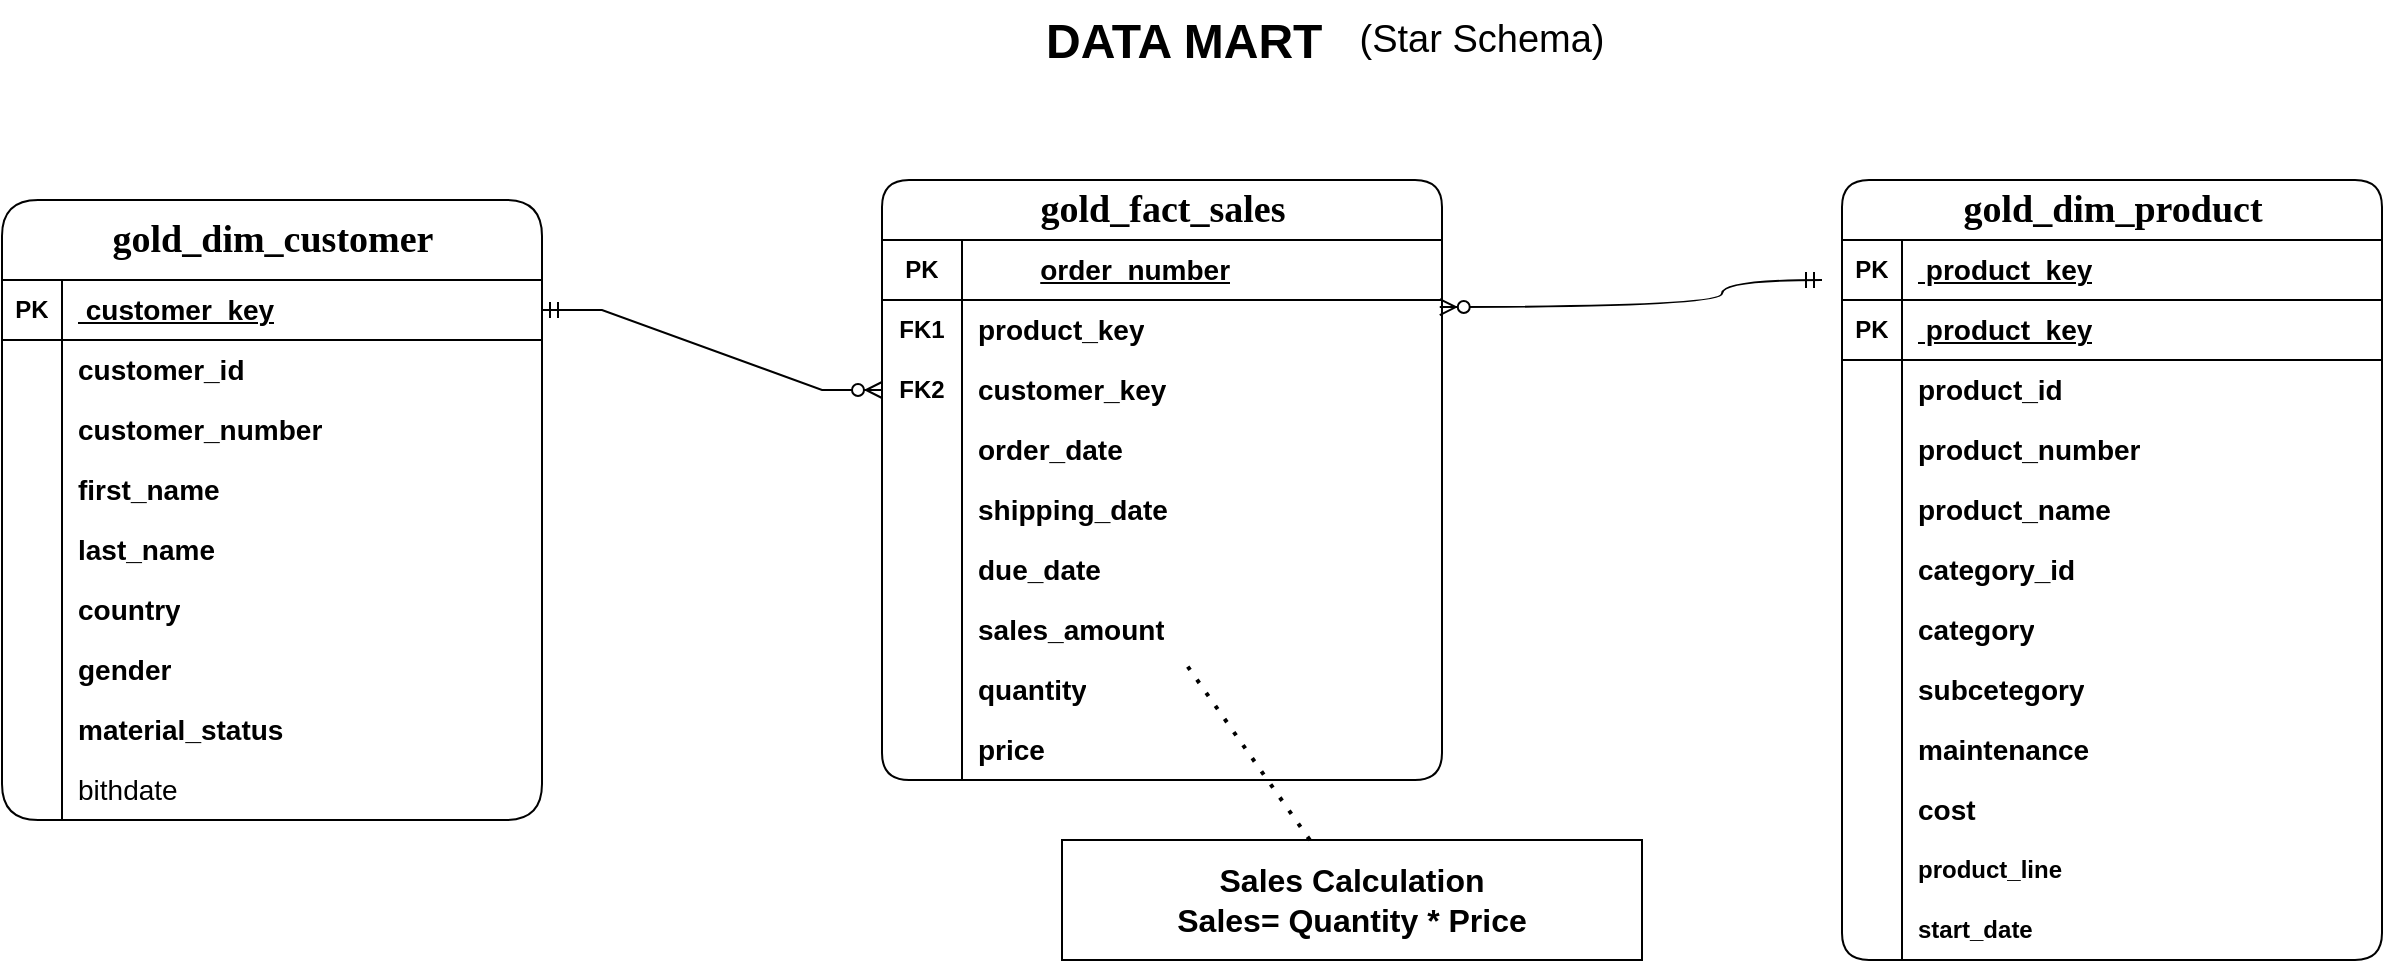
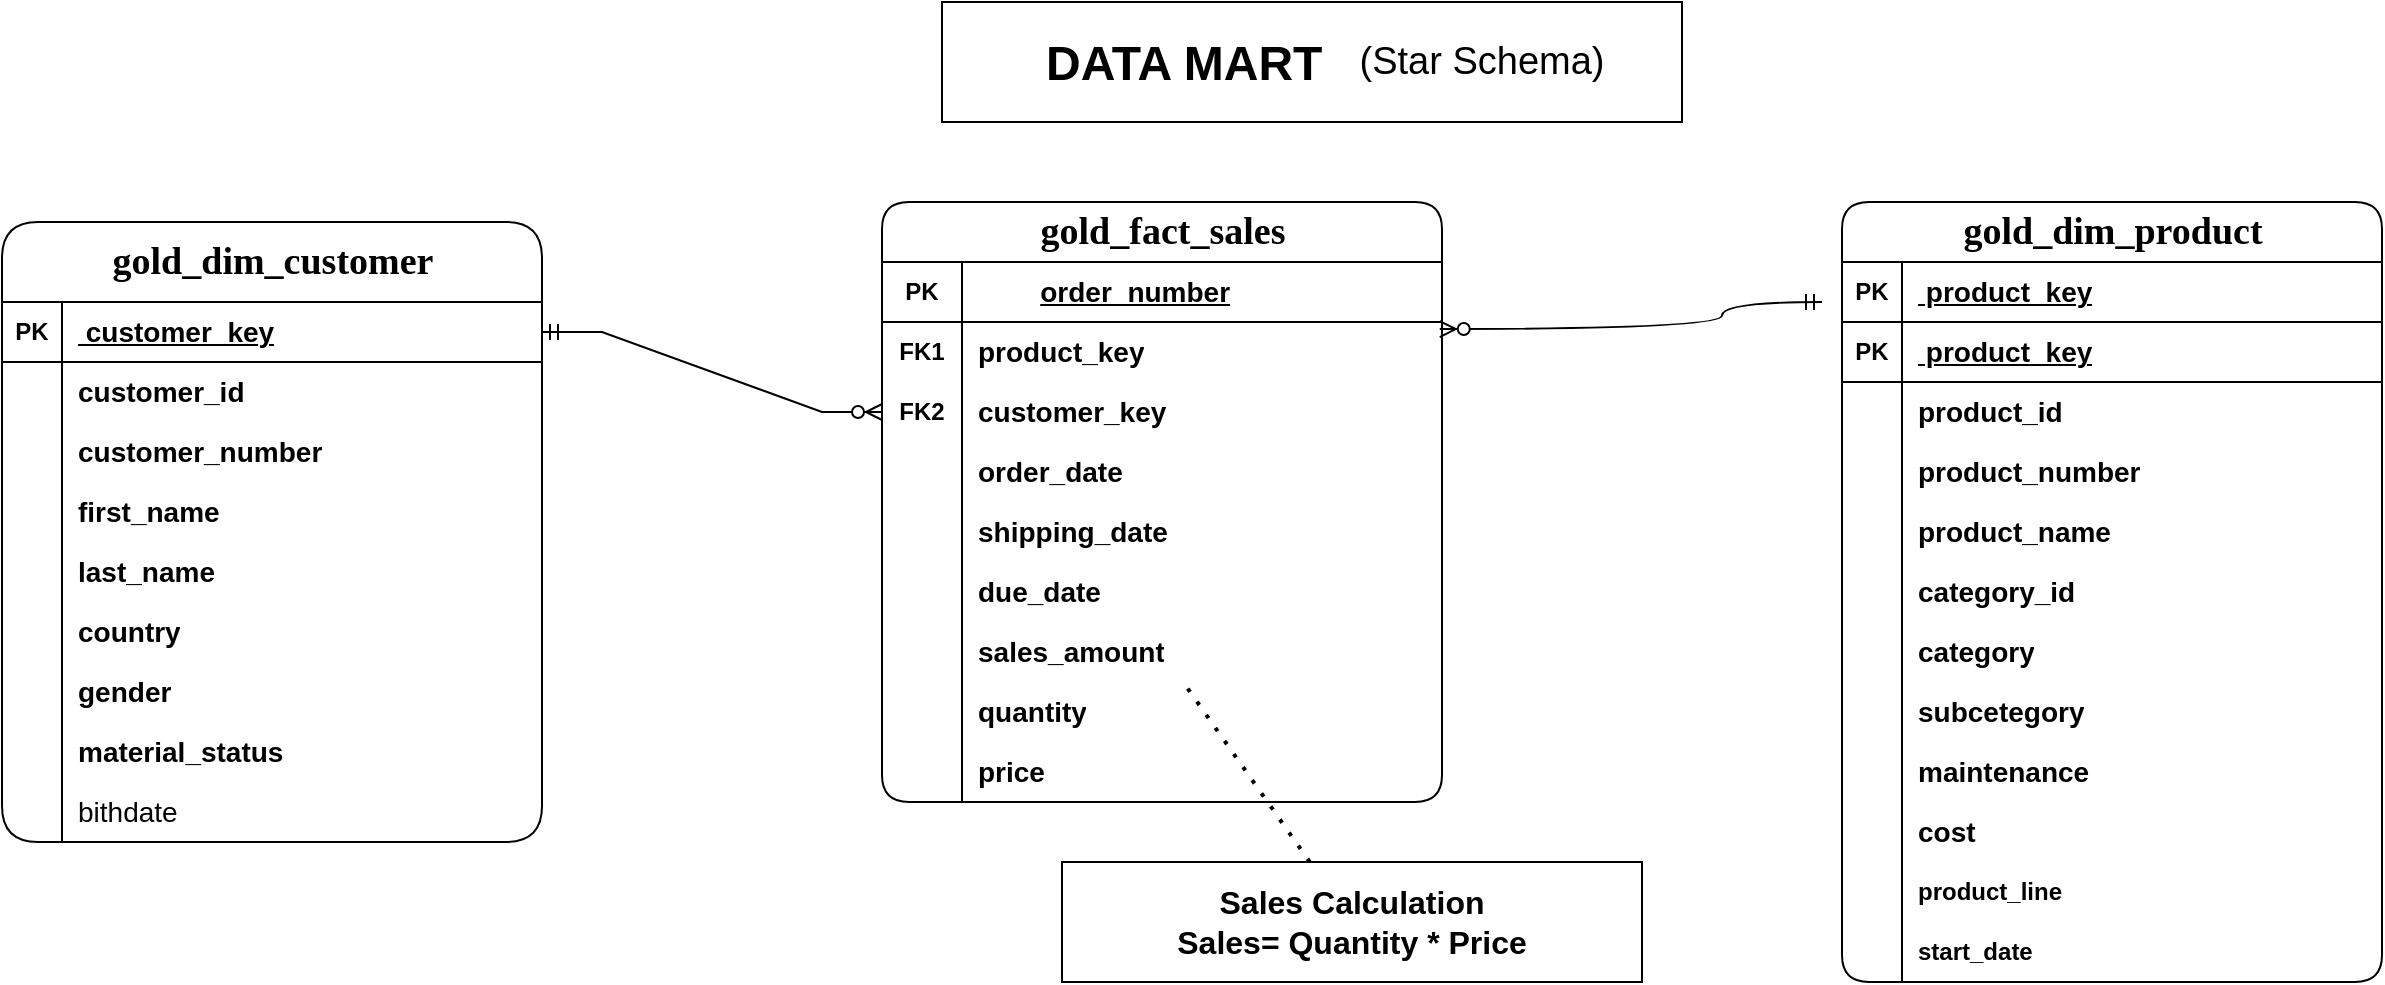
<mxfile host="Electron">
  <diagram name="Page-1" id="ZvECuVwW-_Z4MYSB-kWj">
-     <mxGraphModel dx="2570" dy="1147" grid="1" gridSize="10" guides="1" tooltips="1" connect="1" arrows="1" fold="1" page="1" pageScale="1" pageWidth="850" pageHeight="1100" math="0" shadow="0">
+     <mxGraphModel dx="2140" dy="860" grid="1" gridSize="10" guides="1" tooltips="1" connect="1" arrows="1" fold="1" page="1" pageScale="1" pageWidth="850" pageHeight="1100" math="0" shadow="0">
      <root>
        <mxCell id="0" />
        <mxCell id="1" parent="0" />
+         <mxCell id="mg4IWFybQtCpKIfEXxJL-1" parent="1" style="rounded=0;whiteSpace=wrap;html=1;" value="" vertex="1">
+           <mxGeometry height="60" width="370" x="30" y="50" as="geometry" />
+         </mxCell>
        <mxCell id="ixvtXtnfOX7SXAk2YgIS-3" parent="1" style="shape=table;startSize=40;container=1;collapsible=1;childLayout=tableLayout;fixedRows=1;rowLines=0;fontStyle=1;align=center;resizeLast=1;html=1;fillColor=light-dark(#FFFFFF,#6666FF);fontSize=19;rounded=1;fontFamily=Verdana;" value="gold_dim_customer" vertex="1">
          <mxGeometry height="310" width="270" x="-440" y="160" as="geometry" />
        </mxCell>
        <mxCell id="ixvtXtnfOX7SXAk2YgIS-4" parent="ixvtXtnfOX7SXAk2YgIS-3" style="shape=tableRow;horizontal=0;startSize=0;swimlaneHead=0;swimlaneBody=0;fillColor=none;collapsible=0;dropTarget=0;points=[[0,0.5],[1,0.5]];portConstraint=eastwest;top=0;left=0;right=0;bottom=1;" value="" vertex="1">
          <mxGeometry height="30" width="270" y="40" as="geometry" />
        </mxCell>
        <mxCell id="ixvtXtnfOX7SXAk2YgIS-5" parent="ixvtXtnfOX7SXAk2YgIS-4" style="shape=partialRectangle;connectable=0;fillColor=none;top=0;left=0;bottom=0;right=0;fontStyle=1;overflow=hidden;whiteSpace=wrap;html=1;" value="PK" vertex="1">
          <mxGeometry height="30" width="30" as="geometry">
            <mxRectangle height="30" width="30" as="alternateBounds" />
          </mxGeometry>
        </mxCell>
        <mxCell id="ixvtXtnfOX7SXAk2YgIS-6" parent="ixvtXtnfOX7SXAk2YgIS-4" style="shape=partialRectangle;connectable=0;fillColor=none;top=0;left=0;bottom=0;right=0;align=left;spacingLeft=6;fontStyle=5;overflow=hidden;whiteSpace=wrap;html=1;" value="&lt;font style=&quot;font-size: 14px;&quot;&gt;&amp;nbsp;customer_key&lt;/font&gt;" vertex="1">
          <mxGeometry height="30" width="240" x="30" as="geometry">
            <mxRectangle height="30" width="240" as="alternateBounds" />
          </mxGeometry>
        </mxCell>
        <mxCell id="ixvtXtnfOX7SXAk2YgIS-7" parent="ixvtXtnfOX7SXAk2YgIS-3" style="shape=tableRow;horizontal=0;startSize=0;swimlaneHead=0;swimlaneBody=0;fillColor=none;collapsible=0;dropTarget=0;points=[[0,0.5],[1,0.5]];portConstraint=eastwest;top=0;left=0;right=0;bottom=0;" value="" vertex="1">
          <mxGeometry height="30" width="270" y="70" as="geometry" />
        </mxCell>
        <mxCell id="ixvtXtnfOX7SXAk2YgIS-8" parent="ixvtXtnfOX7SXAk2YgIS-7" style="shape=partialRectangle;connectable=0;fillColor=none;top=0;left=0;bottom=0;right=0;editable=1;overflow=hidden;whiteSpace=wrap;html=1;" value="" vertex="1">
          <mxGeometry height="30" width="30" as="geometry">
            <mxRectangle height="30" width="30" as="alternateBounds" />
          </mxGeometry>
        </mxCell>
        <mxCell id="ixvtXtnfOX7SXAk2YgIS-9" parent="ixvtXtnfOX7SXAk2YgIS-7" style="shape=partialRectangle;connectable=0;fillColor=none;top=0;left=0;bottom=0;right=0;align=left;spacingLeft=6;overflow=hidden;whiteSpace=wrap;html=1;fontStyle=1" value="&lt;font style=&quot;font-size: 14px;&quot;&gt;customer_id&lt;/font&gt;" vertex="1">
          <mxGeometry height="30" width="240" x="30" as="geometry">
            <mxRectangle height="30" width="240" as="alternateBounds" />
          </mxGeometry>
        </mxCell>
        <mxCell id="ixvtXtnfOX7SXAk2YgIS-10" parent="ixvtXtnfOX7SXAk2YgIS-3" style="shape=tableRow;horizontal=0;startSize=0;swimlaneHead=0;swimlaneBody=0;fillColor=none;collapsible=0;dropTarget=0;points=[[0,0.5],[1,0.5]];portConstraint=eastwest;top=0;left=0;right=0;bottom=0;" value="" vertex="1">
          <mxGeometry height="30" width="270" y="100" as="geometry" />
        </mxCell>
        <mxCell id="ixvtXtnfOX7SXAk2YgIS-11" parent="ixvtXtnfOX7SXAk2YgIS-10" style="shape=partialRectangle;connectable=0;fillColor=none;top=0;left=0;bottom=0;right=0;editable=1;overflow=hidden;whiteSpace=wrap;html=1;" value="" vertex="1">
          <mxGeometry height="30" width="30" as="geometry">
            <mxRectangle height="30" width="30" as="alternateBounds" />
          </mxGeometry>
        </mxCell>
        <mxCell id="ixvtXtnfOX7SXAk2YgIS-12" parent="ixvtXtnfOX7SXAk2YgIS-10" style="shape=partialRectangle;connectable=0;fillColor=none;top=0;left=0;bottom=0;right=0;align=left;spacingLeft=6;overflow=hidden;whiteSpace=wrap;html=1;fontStyle=1" value="&lt;font style=&quot;font-size: 14px;&quot;&gt;customer_number&lt;span style=&quot;white-space: pre;&quot;&gt;&#x9;&lt;/span&gt;&lt;/font&gt;" vertex="1">
          <mxGeometry height="30" width="240" x="30" as="geometry">
            <mxRectangle height="30" width="240" as="alternateBounds" />
          </mxGeometry>
        </mxCell>
        <mxCell id="ixvtXtnfOX7SXAk2YgIS-13" parent="ixvtXtnfOX7SXAk2YgIS-3" style="shape=tableRow;horizontal=0;startSize=0;swimlaneHead=0;swimlaneBody=0;fillColor=none;collapsible=0;dropTarget=0;points=[[0,0.5],[1,0.5]];portConstraint=eastwest;top=0;left=0;right=0;bottom=0;" value="" vertex="1">
          <mxGeometry height="30" width="270" y="130" as="geometry" />
        </mxCell>
        <mxCell id="ixvtXtnfOX7SXAk2YgIS-14" parent="ixvtXtnfOX7SXAk2YgIS-13" style="shape=partialRectangle;connectable=0;fillColor=none;top=0;left=0;bottom=0;right=0;editable=1;overflow=hidden;whiteSpace=wrap;html=1;" value="" vertex="1">
          <mxGeometry height="30" width="30" as="geometry">
            <mxRectangle height="30" width="30" as="alternateBounds" />
          </mxGeometry>
        </mxCell>
        <mxCell id="ixvtXtnfOX7SXAk2YgIS-15" parent="ixvtXtnfOX7SXAk2YgIS-13" style="shape=partialRectangle;connectable=0;fillColor=none;top=0;left=0;bottom=0;right=0;align=left;spacingLeft=6;overflow=hidden;whiteSpace=wrap;html=1;fontStyle=1;fontSize=14;" value="first_name" vertex="1">
          <mxGeometry height="30" width="240" x="30" as="geometry">
            <mxRectangle height="30" width="240" as="alternateBounds" />
          </mxGeometry>
        </mxCell>
        <mxCell id="ixvtXtnfOX7SXAk2YgIS-16" parent="ixvtXtnfOX7SXAk2YgIS-3" style="shape=tableRow;horizontal=0;startSize=0;swimlaneHead=0;swimlaneBody=0;fillColor=none;collapsible=0;dropTarget=0;points=[[0,0.5],[1,0.5]];portConstraint=eastwest;top=0;left=0;right=0;bottom=0;" value="" vertex="1">
          <mxGeometry height="30" width="270" y="160" as="geometry" />
        </mxCell>
        <mxCell id="ixvtXtnfOX7SXAk2YgIS-17" parent="ixvtXtnfOX7SXAk2YgIS-16" style="shape=partialRectangle;connectable=0;fillColor=none;top=0;left=0;bottom=0;right=0;editable=1;overflow=hidden;whiteSpace=wrap;html=1;" value="" vertex="1">
          <mxGeometry height="30" width="30" as="geometry">
            <mxRectangle height="30" width="30" as="alternateBounds" />
          </mxGeometry>
        </mxCell>
        <mxCell id="ixvtXtnfOX7SXAk2YgIS-18" parent="ixvtXtnfOX7SXAk2YgIS-16" style="shape=partialRectangle;connectable=0;fillColor=none;top=0;left=0;bottom=0;right=0;align=left;spacingLeft=6;overflow=hidden;whiteSpace=wrap;html=1;" value="&lt;b&gt;&lt;font style=&quot;font-size: 14px;&quot;&gt;last_name&lt;/font&gt;&lt;/b&gt;" vertex="1">
          <mxGeometry height="30" width="240" x="30" as="geometry">
            <mxRectangle height="30" width="240" as="alternateBounds" />
          </mxGeometry>
        </mxCell>
        <mxCell id="ixvtXtnfOX7SXAk2YgIS-19" parent="ixvtXtnfOX7SXAk2YgIS-3" style="shape=tableRow;horizontal=0;startSize=0;swimlaneHead=0;swimlaneBody=0;fillColor=none;collapsible=0;dropTarget=0;points=[[0,0.5],[1,0.5]];portConstraint=eastwest;top=0;left=0;right=0;bottom=0;" value="" vertex="1">
          <mxGeometry height="30" width="270" y="190" as="geometry" />
        </mxCell>
        <mxCell id="ixvtXtnfOX7SXAk2YgIS-20" parent="ixvtXtnfOX7SXAk2YgIS-19" style="shape=partialRectangle;connectable=0;fillColor=none;top=0;left=0;bottom=0;right=0;editable=1;overflow=hidden;whiteSpace=wrap;html=1;" value="" vertex="1">
          <mxGeometry height="30" width="30" as="geometry">
            <mxRectangle height="30" width="30" as="alternateBounds" />
          </mxGeometry>
        </mxCell>
        <mxCell id="ixvtXtnfOX7SXAk2YgIS-21" parent="ixvtXtnfOX7SXAk2YgIS-19" style="shape=partialRectangle;connectable=0;fillColor=none;top=0;left=0;bottom=0;right=0;align=left;spacingLeft=6;overflow=hidden;whiteSpace=wrap;html=1;" value="&lt;b&gt;&lt;font style=&quot;font-size: 14px;&quot;&gt;country&lt;/font&gt;&lt;/b&gt;" vertex="1">
          <mxGeometry height="30" width="240" x="30" as="geometry">
            <mxRectangle height="30" width="240" as="alternateBounds" />
          </mxGeometry>
        </mxCell>
        <mxCell id="ixvtXtnfOX7SXAk2YgIS-22" parent="ixvtXtnfOX7SXAk2YgIS-3" style="shape=tableRow;horizontal=0;startSize=0;swimlaneHead=0;swimlaneBody=0;fillColor=none;collapsible=0;dropTarget=0;points=[[0,0.5],[1,0.5]];portConstraint=eastwest;top=0;left=0;right=0;bottom=0;" value="" vertex="1">
          <mxGeometry height="30" width="270" y="220" as="geometry" />
        </mxCell>
        <mxCell id="ixvtXtnfOX7SXAk2YgIS-23" parent="ixvtXtnfOX7SXAk2YgIS-22" style="shape=partialRectangle;connectable=0;fillColor=none;top=0;left=0;bottom=0;right=0;editable=1;overflow=hidden;whiteSpace=wrap;html=1;" value="" vertex="1">
          <mxGeometry height="30" width="30" as="geometry">
            <mxRectangle height="30" width="30" as="alternateBounds" />
          </mxGeometry>
        </mxCell>
        <mxCell id="ixvtXtnfOX7SXAk2YgIS-24" parent="ixvtXtnfOX7SXAk2YgIS-22" style="shape=partialRectangle;connectable=0;fillColor=none;top=0;left=0;bottom=0;right=0;align=left;spacingLeft=6;overflow=hidden;whiteSpace=wrap;html=1;" value="&lt;b&gt;&lt;font style=&quot;font-size: 14px;&quot;&gt;gender&lt;/font&gt;&lt;/b&gt;" vertex="1">
          <mxGeometry height="30" width="240" x="30" as="geometry">
            <mxRectangle height="30" width="240" as="alternateBounds" />
          </mxGeometry>
        </mxCell>
        <mxCell id="ixvtXtnfOX7SXAk2YgIS-25" parent="ixvtXtnfOX7SXAk2YgIS-3" style="shape=tableRow;horizontal=0;startSize=0;swimlaneHead=0;swimlaneBody=0;fillColor=none;collapsible=0;dropTarget=0;points=[[0,0.5],[1,0.5]];portConstraint=eastwest;top=0;left=0;right=0;bottom=0;" value="" vertex="1">
          <mxGeometry height="30" width="270" y="250" as="geometry" />
        </mxCell>
        <mxCell id="ixvtXtnfOX7SXAk2YgIS-26" parent="ixvtXtnfOX7SXAk2YgIS-25" style="shape=partialRectangle;connectable=0;fillColor=none;top=0;left=0;bottom=0;right=0;editable=1;overflow=hidden;whiteSpace=wrap;html=1;" value="" vertex="1">
          <mxGeometry height="30" width="30" as="geometry">
            <mxRectangle height="30" width="30" as="alternateBounds" />
          </mxGeometry>
        </mxCell>
        <mxCell id="ixvtXtnfOX7SXAk2YgIS-27" parent="ixvtXtnfOX7SXAk2YgIS-25" style="shape=partialRectangle;connectable=0;fillColor=none;top=0;left=0;bottom=0;right=0;align=left;spacingLeft=6;overflow=hidden;whiteSpace=wrap;html=1;" value="&lt;b&gt;&lt;font style=&quot;font-size: 14px;&quot;&gt;material_status&lt;/font&gt;&lt;/b&gt;" vertex="1">
          <mxGeometry height="30" width="240" x="30" as="geometry">
            <mxRectangle height="30" width="240" as="alternateBounds" />
          </mxGeometry>
        </mxCell>
        <mxCell id="ixvtXtnfOX7SXAk2YgIS-28" parent="ixvtXtnfOX7SXAk2YgIS-3" style="shape=tableRow;horizontal=0;startSize=0;swimlaneHead=0;swimlaneBody=0;fillColor=none;collapsible=0;dropTarget=0;points=[[0,0.5],[1,0.5]];portConstraint=eastwest;top=0;left=0;right=0;bottom=0;" value="" vertex="1">
          <mxGeometry height="30" width="270" y="280" as="geometry" />
        </mxCell>
        <mxCell id="ixvtXtnfOX7SXAk2YgIS-29" parent="ixvtXtnfOX7SXAk2YgIS-28" style="shape=partialRectangle;connectable=0;fillColor=none;top=0;left=0;bottom=0;right=0;editable=1;overflow=hidden;whiteSpace=wrap;html=1;" value="" vertex="1">
          <mxGeometry height="30" width="30" as="geometry">
            <mxRectangle height="30" width="30" as="alternateBounds" />
          </mxGeometry>
        </mxCell>
        <mxCell id="ixvtXtnfOX7SXAk2YgIS-30" parent="ixvtXtnfOX7SXAk2YgIS-28" style="shape=partialRectangle;connectable=0;fillColor=none;top=0;left=0;bottom=0;right=0;align=left;spacingLeft=6;overflow=hidden;whiteSpace=wrap;html=1;" value="&lt;font style=&quot;font-size: 14px;&quot;&gt;bithdate&lt;/font&gt;" vertex="1">
          <mxGeometry height="30" width="240" x="30" as="geometry">
            <mxRectangle height="30" width="240" as="alternateBounds" />
          </mxGeometry>
        </mxCell>
        <mxCell id="ixvtXtnfOX7SXAk2YgIS-1" parent="1" style="text;html=1;whiteSpace=wrap;overflow=hidden;rounded=0;" value="&lt;h1 style=&quot;margin-top: 0px;&quot;&gt;DATA MART&lt;/h1&gt;" vertex="1">
          <mxGeometry height="40" width="150" x="80" y="60" as="geometry" />
        </mxCell>
        <mxCell id="ixvtXtnfOX7SXAk2YgIS-2" parent="1" style="text;html=1;whiteSpace=wrap;strokeColor=none;fillColor=none;align=center;verticalAlign=middle;rounded=0;fontSize=19;" value="(Star Schema)" vertex="1">
          <mxGeometry height="30" width="190" x="205" y="65" as="geometry" />
        </mxCell>
        <mxCell id="ixvtXtnfOX7SXAk2YgIS-65" parent="1" style="shape=table;startSize=30;container=1;collapsible=1;childLayout=tableLayout;fixedRows=1;rowLines=0;fontStyle=1;align=center;resizeLast=1;html=1;fillColor=light-dark(#FFFFFF,#6666FF);fontSize=19;rounded=1;fontFamily=Verdana;" value="gold_dim_product" vertex="1">
          <mxGeometry height="390" width="270" x="480" y="150" as="geometry" />
        </mxCell>
        <mxCell id="ixvtXtnfOX7SXAk2YgIS-136" parent="ixvtXtnfOX7SXAk2YgIS-65" style="shape=tableRow;horizontal=0;startSize=0;swimlaneHead=0;swimlaneBody=0;fillColor=none;collapsible=0;dropTarget=0;points=[[0,0.5],[1,0.5]];portConstraint=eastwest;top=0;left=0;right=0;bottom=1;" value="" vertex="1">
          <mxGeometry height="30" width="270" y="30" as="geometry" />
        </mxCell>
        <mxCell id="ixvtXtnfOX7SXAk2YgIS-137" parent="ixvtXtnfOX7SXAk2YgIS-136" style="shape=partialRectangle;connectable=0;fillColor=none;top=0;left=0;bottom=0;right=0;fontStyle=1;overflow=hidden;whiteSpace=wrap;html=1;" value="PK" vertex="1">
          <mxGeometry height="30" width="30" as="geometry">
            <mxRectangle height="30" width="30" as="alternateBounds" />
          </mxGeometry>
        </mxCell>
        <mxCell id="ixvtXtnfOX7SXAk2YgIS-138" parent="ixvtXtnfOX7SXAk2YgIS-136" style="shape=partialRectangle;connectable=0;fillColor=none;top=0;left=0;bottom=0;right=0;align=left;spacingLeft=6;fontStyle=5;overflow=hidden;whiteSpace=wrap;html=1;" value="&lt;font style=&quot;font-size: 14px;&quot;&gt;&amp;nbsp;product_key&lt;/font&gt;" vertex="1">
          <mxGeometry height="30" width="240" x="30" as="geometry">
            <mxRectangle height="30" width="240" as="alternateBounds" />
          </mxGeometry>
        </mxCell>
        <mxCell id="ixvtXtnfOX7SXAk2YgIS-66" parent="ixvtXtnfOX7SXAk2YgIS-65" style="shape=tableRow;horizontal=0;startSize=0;swimlaneHead=0;swimlaneBody=0;fillColor=none;collapsible=0;dropTarget=0;points=[[0,0.5],[1,0.5]];portConstraint=eastwest;top=0;left=0;right=0;bottom=1;" value="" vertex="1">
          <mxGeometry height="30" width="270" y="60" as="geometry" />
        </mxCell>
        <mxCell id="ixvtXtnfOX7SXAk2YgIS-67" parent="ixvtXtnfOX7SXAk2YgIS-66" style="shape=partialRectangle;connectable=0;fillColor=none;top=0;left=0;bottom=0;right=0;fontStyle=1;overflow=hidden;whiteSpace=wrap;html=1;" value="PK" vertex="1">
          <mxGeometry height="30" width="30" as="geometry">
            <mxRectangle height="30" width="30" as="alternateBounds" />
          </mxGeometry>
        </mxCell>
        <mxCell id="ixvtXtnfOX7SXAk2YgIS-68" parent="ixvtXtnfOX7SXAk2YgIS-66" style="shape=partialRectangle;connectable=0;fillColor=none;top=0;left=0;bottom=0;right=0;align=left;spacingLeft=6;fontStyle=5;overflow=hidden;whiteSpace=wrap;html=1;" value="&lt;font style=&quot;font-size: 14px;&quot;&gt;&amp;nbsp;product_key&lt;/font&gt;" vertex="1">
          <mxGeometry height="30" width="240" x="30" as="geometry">
            <mxRectangle height="30" width="240" as="alternateBounds" />
          </mxGeometry>
        </mxCell>
        <mxCell id="ixvtXtnfOX7SXAk2YgIS-69" parent="ixvtXtnfOX7SXAk2YgIS-65" style="shape=tableRow;horizontal=0;startSize=0;swimlaneHead=0;swimlaneBody=0;fillColor=none;collapsible=0;dropTarget=0;points=[[0,0.5],[1,0.5]];portConstraint=eastwest;top=0;left=0;right=0;bottom=0;" value="" vertex="1">
          <mxGeometry height="30" width="270" y="90" as="geometry" />
        </mxCell>
        <mxCell id="ixvtXtnfOX7SXAk2YgIS-70" parent="ixvtXtnfOX7SXAk2YgIS-69" style="shape=partialRectangle;connectable=0;fillColor=none;top=0;left=0;bottom=0;right=0;editable=1;overflow=hidden;whiteSpace=wrap;html=1;" value="" vertex="1">
          <mxGeometry height="30" width="30" as="geometry">
            <mxRectangle height="30" width="30" as="alternateBounds" />
          </mxGeometry>
        </mxCell>
        <mxCell id="ixvtXtnfOX7SXAk2YgIS-71" parent="ixvtXtnfOX7SXAk2YgIS-69" style="shape=partialRectangle;connectable=0;fillColor=none;top=0;left=0;bottom=0;right=0;align=left;spacingLeft=6;overflow=hidden;whiteSpace=wrap;html=1;fontStyle=1" value="&lt;font style=&quot;font-size: 14px;&quot;&gt;product_id&lt;/font&gt;" vertex="1">
          <mxGeometry height="30" width="240" x="30" as="geometry">
            <mxRectangle height="30" width="240" as="alternateBounds" />
          </mxGeometry>
        </mxCell>
        <mxCell id="ixvtXtnfOX7SXAk2YgIS-72" parent="ixvtXtnfOX7SXAk2YgIS-65" style="shape=tableRow;horizontal=0;startSize=0;swimlaneHead=0;swimlaneBody=0;fillColor=none;collapsible=0;dropTarget=0;points=[[0,0.5],[1,0.5]];portConstraint=eastwest;top=0;left=0;right=0;bottom=0;" value="" vertex="1">
          <mxGeometry height="30" width="270" y="120" as="geometry" />
        </mxCell>
        <mxCell id="ixvtXtnfOX7SXAk2YgIS-73" parent="ixvtXtnfOX7SXAk2YgIS-72" style="shape=partialRectangle;connectable=0;fillColor=none;top=0;left=0;bottom=0;right=0;editable=1;overflow=hidden;whiteSpace=wrap;html=1;" value="" vertex="1">
          <mxGeometry height="30" width="30" as="geometry">
            <mxRectangle height="30" width="30" as="alternateBounds" />
          </mxGeometry>
        </mxCell>
        <mxCell id="ixvtXtnfOX7SXAk2YgIS-74" parent="ixvtXtnfOX7SXAk2YgIS-72" style="shape=partialRectangle;connectable=0;fillColor=none;top=0;left=0;bottom=0;right=0;align=left;spacingLeft=6;overflow=hidden;whiteSpace=wrap;html=1;fontStyle=1" value="&lt;font style=&quot;font-size: 14px;&quot;&gt;product_number&lt;span style=&quot;white-space: pre;&quot;&gt;&#x9;&lt;/span&gt;&lt;/font&gt;" vertex="1">
          <mxGeometry height="30" width="240" x="30" as="geometry">
            <mxRectangle height="30" width="240" as="alternateBounds" />
          </mxGeometry>
        </mxCell>
        <mxCell id="ixvtXtnfOX7SXAk2YgIS-75" parent="ixvtXtnfOX7SXAk2YgIS-65" style="shape=tableRow;horizontal=0;startSize=0;swimlaneHead=0;swimlaneBody=0;fillColor=none;collapsible=0;dropTarget=0;points=[[0,0.5],[1,0.5]];portConstraint=eastwest;top=0;left=0;right=0;bottom=0;" value="" vertex="1">
          <mxGeometry height="30" width="270" y="150" as="geometry" />
        </mxCell>
        <mxCell id="ixvtXtnfOX7SXAk2YgIS-76" parent="ixvtXtnfOX7SXAk2YgIS-75" style="shape=partialRectangle;connectable=0;fillColor=none;top=0;left=0;bottom=0;right=0;editable=1;overflow=hidden;whiteSpace=wrap;html=1;" value="" vertex="1">
          <mxGeometry height="30" width="30" as="geometry">
            <mxRectangle height="30" width="30" as="alternateBounds" />
          </mxGeometry>
        </mxCell>
        <mxCell id="ixvtXtnfOX7SXAk2YgIS-77" parent="ixvtXtnfOX7SXAk2YgIS-75" style="shape=partialRectangle;connectable=0;fillColor=none;top=0;left=0;bottom=0;right=0;align=left;spacingLeft=6;overflow=hidden;whiteSpace=wrap;html=1;fontStyle=1;fontSize=14;" value="product_name" vertex="1">
          <mxGeometry height="30" width="240" x="30" as="geometry">
            <mxRectangle height="30" width="240" as="alternateBounds" />
          </mxGeometry>
        </mxCell>
        <mxCell id="ixvtXtnfOX7SXAk2YgIS-78" parent="ixvtXtnfOX7SXAk2YgIS-65" style="shape=tableRow;horizontal=0;startSize=0;swimlaneHead=0;swimlaneBody=0;fillColor=none;collapsible=0;dropTarget=0;points=[[0,0.5],[1,0.5]];portConstraint=eastwest;top=0;left=0;right=0;bottom=0;" value="" vertex="1">
          <mxGeometry height="30" width="270" y="180" as="geometry" />
        </mxCell>
        <mxCell id="ixvtXtnfOX7SXAk2YgIS-79" parent="ixvtXtnfOX7SXAk2YgIS-78" style="shape=partialRectangle;connectable=0;fillColor=none;top=0;left=0;bottom=0;right=0;editable=1;overflow=hidden;whiteSpace=wrap;html=1;" value="" vertex="1">
          <mxGeometry height="30" width="30" as="geometry">
            <mxRectangle height="30" width="30" as="alternateBounds" />
          </mxGeometry>
        </mxCell>
        <mxCell id="ixvtXtnfOX7SXAk2YgIS-80" parent="ixvtXtnfOX7SXAk2YgIS-78" style="shape=partialRectangle;connectable=0;fillColor=none;top=0;left=0;bottom=0;right=0;align=left;spacingLeft=6;overflow=hidden;whiteSpace=wrap;html=1;" value="&lt;span style=&quot;font-size: 14px;&quot;&gt;&lt;b&gt;category_id&lt;span style=&quot;white-space: pre;&quot;&gt;&#x9;&lt;/span&gt;&lt;/b&gt;&lt;/span&gt;" vertex="1">
          <mxGeometry height="30" width="240" x="30" as="geometry">
            <mxRectangle height="30" width="240" as="alternateBounds" />
          </mxGeometry>
        </mxCell>
        <mxCell id="ixvtXtnfOX7SXAk2YgIS-81" parent="ixvtXtnfOX7SXAk2YgIS-65" style="shape=tableRow;horizontal=0;startSize=0;swimlaneHead=0;swimlaneBody=0;fillColor=none;collapsible=0;dropTarget=0;points=[[0,0.5],[1,0.5]];portConstraint=eastwest;top=0;left=0;right=0;bottom=0;" value="" vertex="1">
          <mxGeometry height="30" width="270" y="210" as="geometry" />
        </mxCell>
        <mxCell id="ixvtXtnfOX7SXAk2YgIS-82" parent="ixvtXtnfOX7SXAk2YgIS-81" style="shape=partialRectangle;connectable=0;fillColor=none;top=0;left=0;bottom=0;right=0;editable=1;overflow=hidden;whiteSpace=wrap;html=1;" value="" vertex="1">
          <mxGeometry height="30" width="30" as="geometry">
            <mxRectangle height="30" width="30" as="alternateBounds" />
          </mxGeometry>
        </mxCell>
        <mxCell id="ixvtXtnfOX7SXAk2YgIS-83" parent="ixvtXtnfOX7SXAk2YgIS-81" style="shape=partialRectangle;connectable=0;fillColor=none;top=0;left=0;bottom=0;right=0;align=left;spacingLeft=6;overflow=hidden;whiteSpace=wrap;html=1;" value="&lt;span style=&quot;font-size: 14px;&quot;&gt;&lt;b&gt;category&lt;/b&gt;&lt;/span&gt;" vertex="1">
          <mxGeometry height="30" width="240" x="30" as="geometry">
            <mxRectangle height="30" width="240" as="alternateBounds" />
          </mxGeometry>
        </mxCell>
        <mxCell id="ixvtXtnfOX7SXAk2YgIS-84" parent="ixvtXtnfOX7SXAk2YgIS-65" style="shape=tableRow;horizontal=0;startSize=0;swimlaneHead=0;swimlaneBody=0;fillColor=none;collapsible=0;dropTarget=0;points=[[0,0.5],[1,0.5]];portConstraint=eastwest;top=0;left=0;right=0;bottom=0;" value="" vertex="1">
          <mxGeometry height="30" width="270" y="240" as="geometry" />
        </mxCell>
        <mxCell id="ixvtXtnfOX7SXAk2YgIS-85" parent="ixvtXtnfOX7SXAk2YgIS-84" style="shape=partialRectangle;connectable=0;fillColor=none;top=0;left=0;bottom=0;right=0;editable=1;overflow=hidden;whiteSpace=wrap;html=1;" value="" vertex="1">
          <mxGeometry height="30" width="30" as="geometry">
            <mxRectangle height="30" width="30" as="alternateBounds" />
          </mxGeometry>
        </mxCell>
        <mxCell id="ixvtXtnfOX7SXAk2YgIS-86" parent="ixvtXtnfOX7SXAk2YgIS-84" style="shape=partialRectangle;connectable=0;fillColor=none;top=0;left=0;bottom=0;right=0;align=left;spacingLeft=6;overflow=hidden;whiteSpace=wrap;html=1;" value="&lt;span style=&quot;font-size: 14px;&quot;&gt;&lt;b&gt;subcetegory&lt;/b&gt;&lt;/span&gt;" vertex="1">
          <mxGeometry height="30" width="240" x="30" as="geometry">
            <mxRectangle height="30" width="240" as="alternateBounds" />
          </mxGeometry>
        </mxCell>
        <mxCell id="ixvtXtnfOX7SXAk2YgIS-87" parent="ixvtXtnfOX7SXAk2YgIS-65" style="shape=tableRow;horizontal=0;startSize=0;swimlaneHead=0;swimlaneBody=0;fillColor=none;collapsible=0;dropTarget=0;points=[[0,0.5],[1,0.5]];portConstraint=eastwest;top=0;left=0;right=0;bottom=0;" value="" vertex="1">
          <mxGeometry height="30" width="270" y="270" as="geometry" />
        </mxCell>
        <mxCell id="ixvtXtnfOX7SXAk2YgIS-88" parent="ixvtXtnfOX7SXAk2YgIS-87" style="shape=partialRectangle;connectable=0;fillColor=none;top=0;left=0;bottom=0;right=0;editable=1;overflow=hidden;whiteSpace=wrap;html=1;" value="" vertex="1">
          <mxGeometry height="30" width="30" as="geometry">
            <mxRectangle height="30" width="30" as="alternateBounds" />
          </mxGeometry>
        </mxCell>
        <mxCell id="ixvtXtnfOX7SXAk2YgIS-89" parent="ixvtXtnfOX7SXAk2YgIS-87" style="shape=partialRectangle;connectable=0;fillColor=none;top=0;left=0;bottom=0;right=0;align=left;spacingLeft=6;overflow=hidden;whiteSpace=wrap;html=1;" value="&lt;span style=&quot;font-size: 14px;&quot;&gt;&lt;b&gt;maintenance&amp;nbsp;&lt;/b&gt;&lt;/span&gt;" vertex="1">
          <mxGeometry height="30" width="240" x="30" as="geometry">
            <mxRectangle height="30" width="240" as="alternateBounds" />
          </mxGeometry>
        </mxCell>
        <mxCell id="ixvtXtnfOX7SXAk2YgIS-90" parent="ixvtXtnfOX7SXAk2YgIS-65" style="shape=tableRow;horizontal=0;startSize=0;swimlaneHead=0;swimlaneBody=0;fillColor=none;collapsible=0;dropTarget=0;points=[[0,0.5],[1,0.5]];portConstraint=eastwest;top=0;left=0;right=0;bottom=0;" value="" vertex="1">
          <mxGeometry height="30" width="270" y="300" as="geometry" />
        </mxCell>
        <mxCell id="ixvtXtnfOX7SXAk2YgIS-91" parent="ixvtXtnfOX7SXAk2YgIS-90" style="shape=partialRectangle;connectable=0;fillColor=none;top=0;left=0;bottom=0;right=0;editable=1;overflow=hidden;whiteSpace=wrap;html=1;" value="" vertex="1">
          <mxGeometry height="30" width="30" as="geometry">
            <mxRectangle height="30" width="30" as="alternateBounds" />
          </mxGeometry>
        </mxCell>
        <mxCell id="ixvtXtnfOX7SXAk2YgIS-92" parent="ixvtXtnfOX7SXAk2YgIS-90" style="shape=partialRectangle;connectable=0;fillColor=none;top=0;left=0;bottom=0;right=0;align=left;spacingLeft=6;overflow=hidden;whiteSpace=wrap;html=1;" value="&lt;font style=&quot;font-size: 14px;&quot;&gt;&lt;b&gt;cost&lt;/b&gt;&lt;/font&gt;" vertex="1">
          <mxGeometry height="30" width="240" x="30" as="geometry">
            <mxRectangle height="30" width="240" as="alternateBounds" />
          </mxGeometry>
        </mxCell>
        <mxCell id="ixvtXtnfOX7SXAk2YgIS-93" parent="ixvtXtnfOX7SXAk2YgIS-65" style="shape=tableRow;horizontal=0;startSize=0;swimlaneHead=0;swimlaneBody=0;fillColor=none;collapsible=0;dropTarget=0;points=[[0,0.5],[1,0.5]];portConstraint=eastwest;top=0;left=0;right=0;bottom=0;" value="" vertex="1">
          <mxGeometry height="30" width="270" y="330" as="geometry" />
        </mxCell>
        <mxCell id="ixvtXtnfOX7SXAk2YgIS-94" parent="ixvtXtnfOX7SXAk2YgIS-93" style="shape=partialRectangle;connectable=0;fillColor=none;top=0;left=0;bottom=0;right=0;editable=1;overflow=hidden;whiteSpace=wrap;html=1;" value="" vertex="1">
          <mxGeometry height="30" width="30" as="geometry">
            <mxRectangle height="30" width="30" as="alternateBounds" />
          </mxGeometry>
        </mxCell>
        <mxCell id="ixvtXtnfOX7SXAk2YgIS-95" parent="ixvtXtnfOX7SXAk2YgIS-93" style="shape=partialRectangle;connectable=0;fillColor=none;top=0;left=0;bottom=0;right=0;align=left;spacingLeft=6;overflow=hidden;whiteSpace=wrap;html=1;" value="&lt;b&gt;product_line&lt;/b&gt;" vertex="1">
          <mxGeometry height="30" width="240" x="30" as="geometry">
            <mxRectangle height="30" width="240" as="alternateBounds" />
          </mxGeometry>
        </mxCell>
        <mxCell id="ixvtXtnfOX7SXAk2YgIS-96" parent="ixvtXtnfOX7SXAk2YgIS-65" style="shape=tableRow;horizontal=0;startSize=0;swimlaneHead=0;swimlaneBody=0;fillColor=none;collapsible=0;dropTarget=0;points=[[0,0.5],[1,0.5]];portConstraint=eastwest;top=0;left=0;right=0;bottom=0;" value="" vertex="1">
          <mxGeometry height="30" width="270" y="360" as="geometry" />
        </mxCell>
        <mxCell id="ixvtXtnfOX7SXAk2YgIS-97" parent="ixvtXtnfOX7SXAk2YgIS-96" style="shape=partialRectangle;connectable=0;fillColor=none;top=0;left=0;bottom=0;right=0;editable=1;overflow=hidden;whiteSpace=wrap;html=1;" value="" vertex="1">
          <mxGeometry height="30" width="30" as="geometry">
            <mxRectangle height="30" width="30" as="alternateBounds" />
          </mxGeometry>
        </mxCell>
        <mxCell id="ixvtXtnfOX7SXAk2YgIS-98" parent="ixvtXtnfOX7SXAk2YgIS-96" style="shape=partialRectangle;connectable=0;fillColor=none;top=0;left=0;bottom=0;right=0;align=left;spacingLeft=6;overflow=hidden;whiteSpace=wrap;html=1;" value="&lt;b&gt;start_date&lt;/b&gt;" vertex="1">
          <mxGeometry height="30" width="240" x="30" as="geometry">
            <mxRectangle height="30" width="240" as="alternateBounds" />
          </mxGeometry>
        </mxCell>
        <mxCell id="ixvtXtnfOX7SXAk2YgIS-99" parent="1" style="shape=table;startSize=30;container=1;collapsible=1;childLayout=tableLayout;fixedRows=1;rowLines=0;fontStyle=1;align=center;resizeLast=1;html=1;fillColor=light-dark(#FFFFFF,#FFB570);fontSize=19;rounded=1;fontFamily=Verdana;" value="gold_fact_sales" vertex="1">
          <mxGeometry height="300" width="280" y="150" as="geometry" />
        </mxCell>
        <mxCell id="ixvtXtnfOX7SXAk2YgIS-100" parent="ixvtXtnfOX7SXAk2YgIS-99" style="shape=tableRow;horizontal=0;startSize=0;swimlaneHead=0;swimlaneBody=0;fillColor=none;collapsible=0;dropTarget=0;points=[[0,0.5],[1,0.5]];portConstraint=eastwest;top=0;left=0;right=0;bottom=1;" value="" vertex="1">
          <mxGeometry height="30" width="280" y="30" as="geometry" />
        </mxCell>
        <mxCell id="ixvtXtnfOX7SXAk2YgIS-101" parent="ixvtXtnfOX7SXAk2YgIS-100" style="shape=partialRectangle;connectable=0;fillColor=none;top=0;left=0;bottom=0;right=0;fontStyle=1;overflow=hidden;whiteSpace=wrap;html=1;" value="PK" vertex="1">
          <mxGeometry height="30" width="40" as="geometry">
            <mxRectangle height="30" width="40" as="alternateBounds" />
          </mxGeometry>
        </mxCell>
        <mxCell id="ixvtXtnfOX7SXAk2YgIS-102" parent="ixvtXtnfOX7SXAk2YgIS-100" style="shape=partialRectangle;connectable=0;fillColor=none;top=0;left=0;bottom=0;right=0;align=left;spacingLeft=6;fontStyle=5;overflow=hidden;whiteSpace=wrap;html=1;fontSize=14;" value="&lt;span style=&quot;white-space: pre;&quot;&gt;&#x9;&lt;/span&gt;order_number" vertex="1">
          <mxGeometry height="30" width="240" x="40" as="geometry">
            <mxRectangle height="30" width="240" as="alternateBounds" />
          </mxGeometry>
        </mxCell>
        <mxCell id="ixvtXtnfOX7SXAk2YgIS-103" parent="ixvtXtnfOX7SXAk2YgIS-99" style="shape=tableRow;horizontal=0;startSize=0;swimlaneHead=0;swimlaneBody=0;fillColor=none;collapsible=0;dropTarget=0;points=[[0,0.5],[1,0.5]];portConstraint=eastwest;top=0;left=0;right=0;bottom=0;" value="" vertex="1">
          <mxGeometry height="30" width="280" y="60" as="geometry" />
        </mxCell>
        <mxCell id="ixvtXtnfOX7SXAk2YgIS-104" parent="ixvtXtnfOX7SXAk2YgIS-103" style="shape=partialRectangle;connectable=0;fillColor=none;top=0;left=0;bottom=0;right=0;editable=1;overflow=hidden;whiteSpace=wrap;html=1;fontStyle=1" value="FK1" vertex="1">
          <mxGeometry height="30" width="40" as="geometry">
            <mxRectangle height="30" width="40" as="alternateBounds" />
          </mxGeometry>
        </mxCell>
        <mxCell id="ixvtXtnfOX7SXAk2YgIS-105" parent="ixvtXtnfOX7SXAk2YgIS-103" style="shape=partialRectangle;connectable=0;fillColor=none;top=0;left=0;bottom=0;right=0;align=left;spacingLeft=6;overflow=hidden;whiteSpace=wrap;html=1;fontStyle=1" value="&lt;font style=&quot;font-size: 14px;&quot;&gt;product_key&lt;/font&gt;" vertex="1">
          <mxGeometry height="30" width="240" x="40" as="geometry">
            <mxRectangle height="30" width="240" as="alternateBounds" />
          </mxGeometry>
        </mxCell>
        <mxCell id="ixvtXtnfOX7SXAk2YgIS-106" parent="ixvtXtnfOX7SXAk2YgIS-99" style="shape=tableRow;horizontal=0;startSize=0;swimlaneHead=0;swimlaneBody=0;fillColor=none;collapsible=0;dropTarget=0;points=[[0,0.5],[1,0.5]];portConstraint=eastwest;top=0;left=0;right=0;bottom=0;" value="" vertex="1">
          <mxGeometry height="30" width="280" y="90" as="geometry" />
        </mxCell>
        <mxCell id="ixvtXtnfOX7SXAk2YgIS-107" parent="ixvtXtnfOX7SXAk2YgIS-106" style="shape=partialRectangle;connectable=0;fillColor=none;top=0;left=0;bottom=0;right=0;editable=1;overflow=hidden;whiteSpace=wrap;html=1;fontStyle=1" value="FK2" vertex="1">
          <mxGeometry height="30" width="40" as="geometry">
            <mxRectangle height="30" width="40" as="alternateBounds" />
          </mxGeometry>
        </mxCell>
        <mxCell id="ixvtXtnfOX7SXAk2YgIS-108" parent="ixvtXtnfOX7SXAk2YgIS-106" style="shape=partialRectangle;connectable=0;fillColor=none;top=0;left=0;bottom=0;right=0;align=left;spacingLeft=6;overflow=hidden;whiteSpace=wrap;html=1;fontStyle=1" value="&lt;span style=&quot;font-size: 14px;&quot;&gt;customer_key&lt;/span&gt;" vertex="1">
          <mxGeometry height="30" width="240" x="40" as="geometry">
            <mxRectangle height="30" width="240" as="alternateBounds" />
          </mxGeometry>
        </mxCell>
        <mxCell id="ixvtXtnfOX7SXAk2YgIS-109" parent="ixvtXtnfOX7SXAk2YgIS-99" style="shape=tableRow;horizontal=0;startSize=0;swimlaneHead=0;swimlaneBody=0;fillColor=none;collapsible=0;dropTarget=0;points=[[0,0.5],[1,0.5]];portConstraint=eastwest;top=0;left=0;right=0;bottom=0;" value="" vertex="1">
          <mxGeometry height="30" width="280" y="120" as="geometry" />
        </mxCell>
        <mxCell id="ixvtXtnfOX7SXAk2YgIS-110" parent="ixvtXtnfOX7SXAk2YgIS-109" style="shape=partialRectangle;connectable=0;fillColor=none;top=0;left=0;bottom=0;right=0;editable=1;overflow=hidden;whiteSpace=wrap;html=1;" value="" vertex="1">
          <mxGeometry height="30" width="40" as="geometry">
            <mxRectangle height="30" width="40" as="alternateBounds" />
          </mxGeometry>
        </mxCell>
        <mxCell id="ixvtXtnfOX7SXAk2YgIS-111" parent="ixvtXtnfOX7SXAk2YgIS-109" style="shape=partialRectangle;connectable=0;fillColor=none;top=0;left=0;bottom=0;right=0;align=left;spacingLeft=6;overflow=hidden;whiteSpace=wrap;html=1;fontStyle=1;fontSize=14;" value="order_date" vertex="1">
          <mxGeometry height="30" width="240" x="40" as="geometry">
            <mxRectangle height="30" width="240" as="alternateBounds" />
          </mxGeometry>
        </mxCell>
        <mxCell id="ixvtXtnfOX7SXAk2YgIS-112" parent="ixvtXtnfOX7SXAk2YgIS-99" style="shape=tableRow;horizontal=0;startSize=0;swimlaneHead=0;swimlaneBody=0;fillColor=none;collapsible=0;dropTarget=0;points=[[0,0.5],[1,0.5]];portConstraint=eastwest;top=0;left=0;right=0;bottom=0;" value="" vertex="1">
          <mxGeometry height="30" width="280" y="150" as="geometry" />
        </mxCell>
        <mxCell id="ixvtXtnfOX7SXAk2YgIS-113" parent="ixvtXtnfOX7SXAk2YgIS-112" style="shape=partialRectangle;connectable=0;fillColor=none;top=0;left=0;bottom=0;right=0;editable=1;overflow=hidden;whiteSpace=wrap;html=1;" value="" vertex="1">
          <mxGeometry height="30" width="40" as="geometry">
            <mxRectangle height="30" width="40" as="alternateBounds" />
          </mxGeometry>
        </mxCell>
        <mxCell id="ixvtXtnfOX7SXAk2YgIS-114" parent="ixvtXtnfOX7SXAk2YgIS-112" style="shape=partialRectangle;connectable=0;fillColor=none;top=0;left=0;bottom=0;right=0;align=left;spacingLeft=6;overflow=hidden;whiteSpace=wrap;html=1;" value="&lt;span style=&quot;font-size: 14px;&quot;&gt;&lt;b&gt;shipping_date&lt;/b&gt;&lt;/span&gt;" vertex="1">
          <mxGeometry height="30" width="240" x="40" as="geometry">
            <mxRectangle height="30" width="240" as="alternateBounds" />
          </mxGeometry>
        </mxCell>
        <mxCell id="ixvtXtnfOX7SXAk2YgIS-115" parent="ixvtXtnfOX7SXAk2YgIS-99" style="shape=tableRow;horizontal=0;startSize=0;swimlaneHead=0;swimlaneBody=0;fillColor=none;collapsible=0;dropTarget=0;points=[[0,0.5],[1,0.5]];portConstraint=eastwest;top=0;left=0;right=0;bottom=0;" value="" vertex="1">
          <mxGeometry height="30" width="280" y="180" as="geometry" />
        </mxCell>
        <mxCell id="ixvtXtnfOX7SXAk2YgIS-116" parent="ixvtXtnfOX7SXAk2YgIS-115" style="shape=partialRectangle;connectable=0;fillColor=none;top=0;left=0;bottom=0;right=0;editable=1;overflow=hidden;whiteSpace=wrap;html=1;" value="" vertex="1">
          <mxGeometry height="30" width="40" as="geometry">
            <mxRectangle height="30" width="40" as="alternateBounds" />
          </mxGeometry>
        </mxCell>
        <mxCell id="ixvtXtnfOX7SXAk2YgIS-117" parent="ixvtXtnfOX7SXAk2YgIS-115" style="shape=partialRectangle;connectable=0;fillColor=none;top=0;left=0;bottom=0;right=0;align=left;spacingLeft=6;overflow=hidden;whiteSpace=wrap;html=1;" value="&lt;span style=&quot;font-size: 14px;&quot;&gt;&lt;b&gt;due_date&lt;/b&gt;&lt;/span&gt;" vertex="1">
          <mxGeometry height="30" width="240" x="40" as="geometry">
            <mxRectangle height="30" width="240" as="alternateBounds" />
          </mxGeometry>
        </mxCell>
        <mxCell id="ixvtXtnfOX7SXAk2YgIS-118" parent="ixvtXtnfOX7SXAk2YgIS-99" style="shape=tableRow;horizontal=0;startSize=0;swimlaneHead=0;swimlaneBody=0;fillColor=none;collapsible=0;dropTarget=0;points=[[0,0.5],[1,0.5]];portConstraint=eastwest;top=0;left=0;right=0;bottom=0;" value="" vertex="1">
          <mxGeometry height="30" width="280" y="210" as="geometry" />
        </mxCell>
        <mxCell id="ixvtXtnfOX7SXAk2YgIS-119" parent="ixvtXtnfOX7SXAk2YgIS-118" style="shape=partialRectangle;connectable=0;fillColor=none;top=0;left=0;bottom=0;right=0;editable=1;overflow=hidden;whiteSpace=wrap;html=1;" value="" vertex="1">
          <mxGeometry height="30" width="40" as="geometry">
            <mxRectangle height="30" width="40" as="alternateBounds" />
          </mxGeometry>
        </mxCell>
        <mxCell id="ixvtXtnfOX7SXAk2YgIS-120" parent="ixvtXtnfOX7SXAk2YgIS-118" style="shape=partialRectangle;connectable=0;fillColor=none;top=0;left=0;bottom=0;right=0;align=left;spacingLeft=6;overflow=hidden;whiteSpace=wrap;html=1;" value="&lt;span style=&quot;font-size: 14px;&quot;&gt;&lt;b&gt;sales_amount&lt;/b&gt;&lt;/span&gt;" vertex="1">
          <mxGeometry height="30" width="240" x="40" as="geometry">
            <mxRectangle height="30" width="240" as="alternateBounds" />
          </mxGeometry>
        </mxCell>
        <mxCell id="ixvtXtnfOX7SXAk2YgIS-121" parent="ixvtXtnfOX7SXAk2YgIS-99" style="shape=tableRow;horizontal=0;startSize=0;swimlaneHead=0;swimlaneBody=0;fillColor=none;collapsible=0;dropTarget=0;points=[[0,0.5],[1,0.5]];portConstraint=eastwest;top=0;left=0;right=0;bottom=0;" value="" vertex="1">
          <mxGeometry height="30" width="280" y="240" as="geometry" />
        </mxCell>
        <mxCell id="ixvtXtnfOX7SXAk2YgIS-122" parent="ixvtXtnfOX7SXAk2YgIS-121" style="shape=partialRectangle;connectable=0;fillColor=none;top=0;left=0;bottom=0;right=0;editable=1;overflow=hidden;whiteSpace=wrap;html=1;" value="" vertex="1">
          <mxGeometry height="30" width="40" as="geometry">
            <mxRectangle height="30" width="40" as="alternateBounds" />
          </mxGeometry>
        </mxCell>
        <mxCell id="ixvtXtnfOX7SXAk2YgIS-123" parent="ixvtXtnfOX7SXAk2YgIS-121" style="shape=partialRectangle;connectable=0;fillColor=none;top=0;left=0;bottom=0;right=0;align=left;spacingLeft=6;overflow=hidden;whiteSpace=wrap;html=1;" value="&lt;span style=&quot;font-size: 14px;&quot;&gt;&lt;b&gt;quantity&lt;/b&gt;&lt;/span&gt;" vertex="1">
          <mxGeometry height="30" width="240" x="40" as="geometry">
            <mxRectangle height="30" width="240" as="alternateBounds" />
          </mxGeometry>
        </mxCell>
        <mxCell id="ixvtXtnfOX7SXAk2YgIS-124" parent="ixvtXtnfOX7SXAk2YgIS-99" style="shape=tableRow;horizontal=0;startSize=0;swimlaneHead=0;swimlaneBody=0;fillColor=none;collapsible=0;dropTarget=0;points=[[0,0.5],[1,0.5]];portConstraint=eastwest;top=0;left=0;right=0;bottom=0;" value="" vertex="1">
          <mxGeometry height="30" width="280" y="270" as="geometry" />
        </mxCell>
        <mxCell id="ixvtXtnfOX7SXAk2YgIS-125" parent="ixvtXtnfOX7SXAk2YgIS-124" style="shape=partialRectangle;connectable=0;fillColor=none;top=0;left=0;bottom=0;right=0;editable=1;overflow=hidden;whiteSpace=wrap;html=1;" value="" vertex="1">
          <mxGeometry height="30" width="40" as="geometry">
            <mxRectangle height="30" width="40" as="alternateBounds" />
          </mxGeometry>
        </mxCell>
        <mxCell id="ixvtXtnfOX7SXAk2YgIS-126" parent="ixvtXtnfOX7SXAk2YgIS-124" style="shape=partialRectangle;connectable=0;fillColor=none;top=0;left=0;bottom=0;right=0;align=left;spacingLeft=6;overflow=hidden;whiteSpace=wrap;html=1;" value="&lt;span style=&quot;font-size: 14px;&quot;&gt;&lt;b&gt;price&lt;/b&gt;&lt;/span&gt;" vertex="1">
          <mxGeometry height="30" width="240" x="40" as="geometry">
            <mxRectangle height="30" width="240" as="alternateBounds" />
          </mxGeometry>
        </mxCell>
        <mxCell id="ixvtXtnfOX7SXAk2YgIS-133" edge="1" parent="1" source="ixvtXtnfOX7SXAk2YgIS-4" style="edgeStyle=entityRelationEdgeStyle;fontSize=12;html=1;endArrow=ERzeroToMany;startArrow=ERmandOne;rounded=0;entryX=0;entryY=0.5;entryDx=0;entryDy=0;exitX=1;exitY=0.5;exitDx=0;exitDy=0;" target="ixvtXtnfOX7SXAk2YgIS-106" value="">
          <mxGeometry height="100" relative="1" width="100" as="geometry">
            <mxPoint x="-140" y="365" as="sourcePoint" />
            <mxPoint x="-40" y="265" as="targetPoint" />
          </mxGeometry>
        </mxCell>
        <mxCell id="ixvtXtnfOX7SXAk2YgIS-135" edge="1" parent="1" style="edgeStyle=orthogonalEdgeStyle;fontSize=12;html=1;endArrow=ERzeroToMany;startArrow=ERmandOne;rounded=0;entryX=0.996;entryY=0.117;entryDx=0;entryDy=0;entryPerimeter=0;curved=1;" target="ixvtXtnfOX7SXAk2YgIS-103" value="">
          <mxGeometry height="100" relative="1" width="100" as="geometry">
            <Array as="points">
              <mxPoint x="420" y="200" />
              <mxPoint x="420" y="214" />
            </Array>
            <mxPoint x="470" y="200" as="sourcePoint" />
            <mxPoint x="280" y="680" as="targetPoint" />
          </mxGeometry>
        </mxCell>
        <mxCell id="ixvtXtnfOX7SXAk2YgIS-139" parent="1" style="rounded=0;whiteSpace=wrap;html=1;fontSize=16;fontStyle=1" value="Sales Calculation&lt;div&gt;&lt;div&gt;Sales= Quantity * Price&lt;/div&gt;&lt;/div&gt;" vertex="1">
          <mxGeometry height="60" width="290" x="90" y="480" as="geometry" />
        </mxCell>
        <mxCell id="ixvtXtnfOX7SXAk2YgIS-140" edge="1" parent="1" source="ixvtXtnfOX7SXAk2YgIS-139" style="endArrow=none;dashed=1;html=1;dashPattern=1 3;strokeWidth=2;rounded=0;" target="ixvtXtnfOX7SXAk2YgIS-118" value="">
          <mxGeometry height="50" relative="1" width="50" as="geometry">
            <mxPoint x="220" y="390" as="sourcePoint" />
            <mxPoint x="270" y="340" as="targetPoint" />
          </mxGeometry>
        </mxCell>
      </root>
    </mxGraphModel>
  </diagram>
</mxfile>
